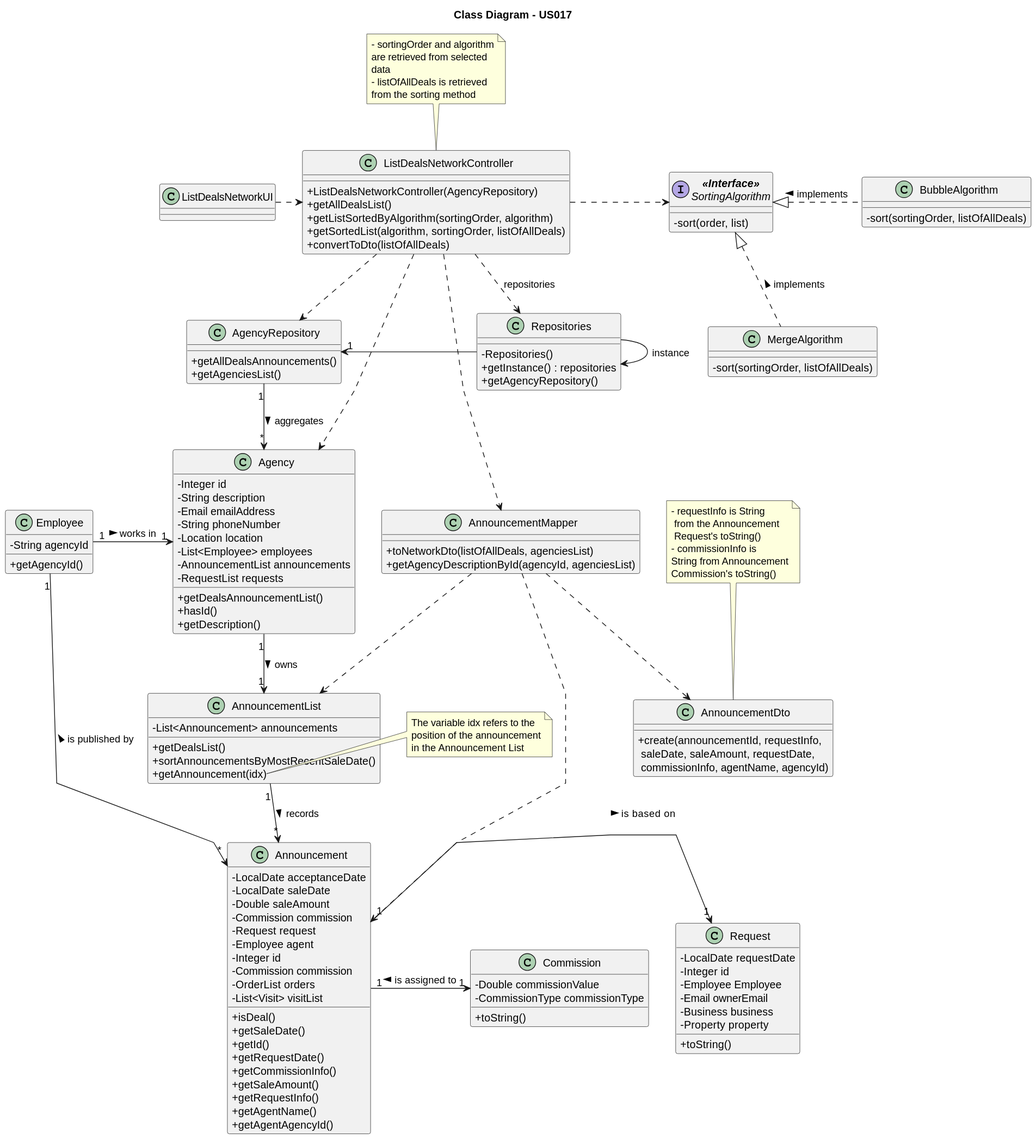
Above: docs/sprintD/us017/03.design/svg/us017-class-diagram.svg in rita-barbosa/LAPR2-2223 (PlantUML), before the change.
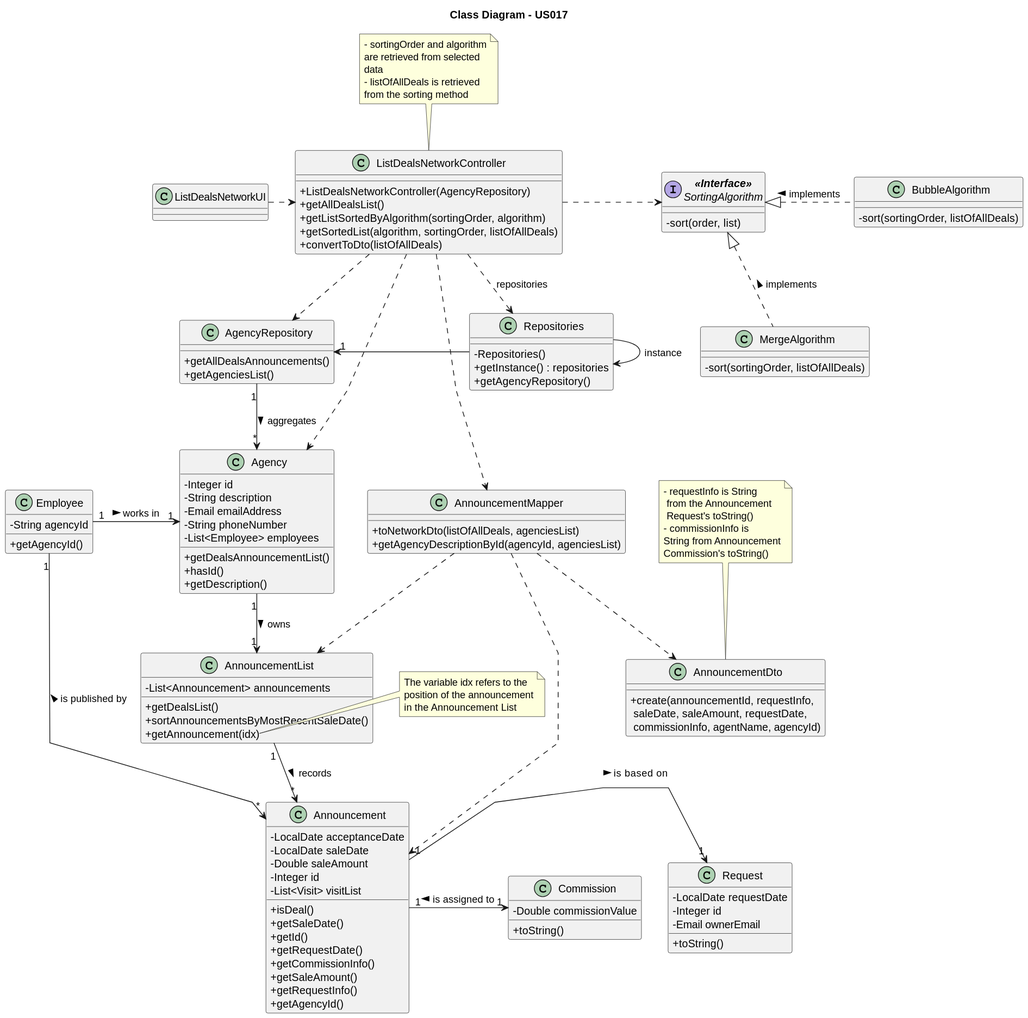
After the change.

The edit, as a diff of the source:
```diff
@@ -13,10 +13,7 @@
     - String description
     - Email emailAddress
     - String phoneNumber
-    - Location location
     - List<Employee> employees
-    - AnnouncementList announcements
-    - RequestList requests
     + getDealsAnnouncementList()
     + hasId()
     + getDescription()
@@ -57,12 +54,7 @@
     - LocalDate acceptanceDate
     - LocalDate saleDate
     - Double saleAmount
-    - Commission commission
-    - Request request
-    - Employee agent
     - Integer id
-    - Commission commission
-    - OrderList orders
     - List<Visit> visitList
     + isDeal()
     + getSaleDate()
@@ -71,30 +63,24 @@
     + getCommissionInfo()
     + getSaleAmount()
     + getRequestInfo()
-    + getAgentName()
-    + getAgentAgencyId()
+    + getAgencyId()
 }
 
 note left of Announcement::isItDeal
 This method checks if the
-saleDate of the Announcement
+saleAmount of the Announcement
 is different from the default one
-(1-1-1)
 end note
 
 class Commission{
     - Double commissionValue
-    - CommissionType commissionType
     + toString()
 }
 
 class Request{
     - LocalDate requestDate
     - Integer id
-    - Employee Employee
     - Email ownerEmail
-    - Business business
-    - Property property
     + toString()
 }
 
```
